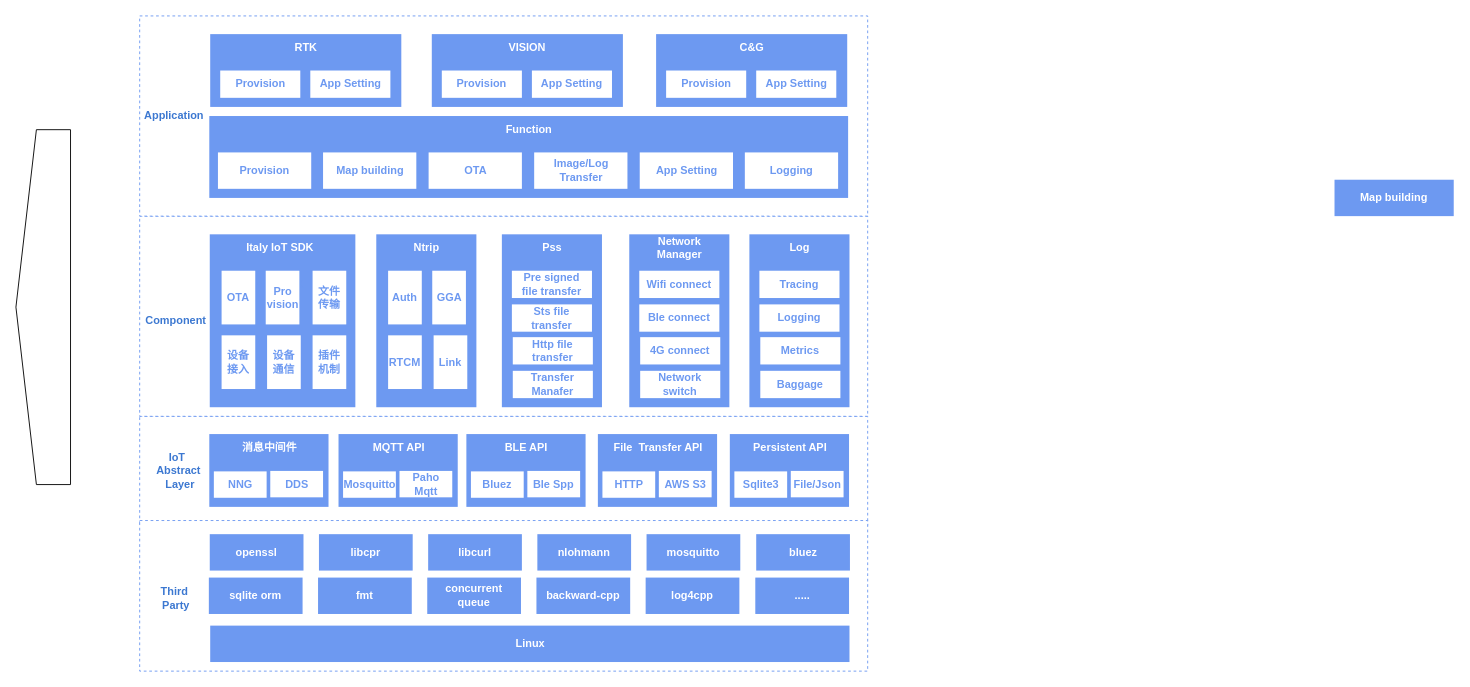
xunzhaoxusanduo/1-drawio keeps this draw.io diagram as IoT架构-系统架构图.drawio. Above is the earlier version. Source tidied: cells renumbered, new cells numbered last; positions are measured from the earlier drawing's top-left corner, leaving out a move shared by most shapes. Both pictures are drawn from the tidied source at 91%, with x=0, y=0 at pixel (-135, 15).
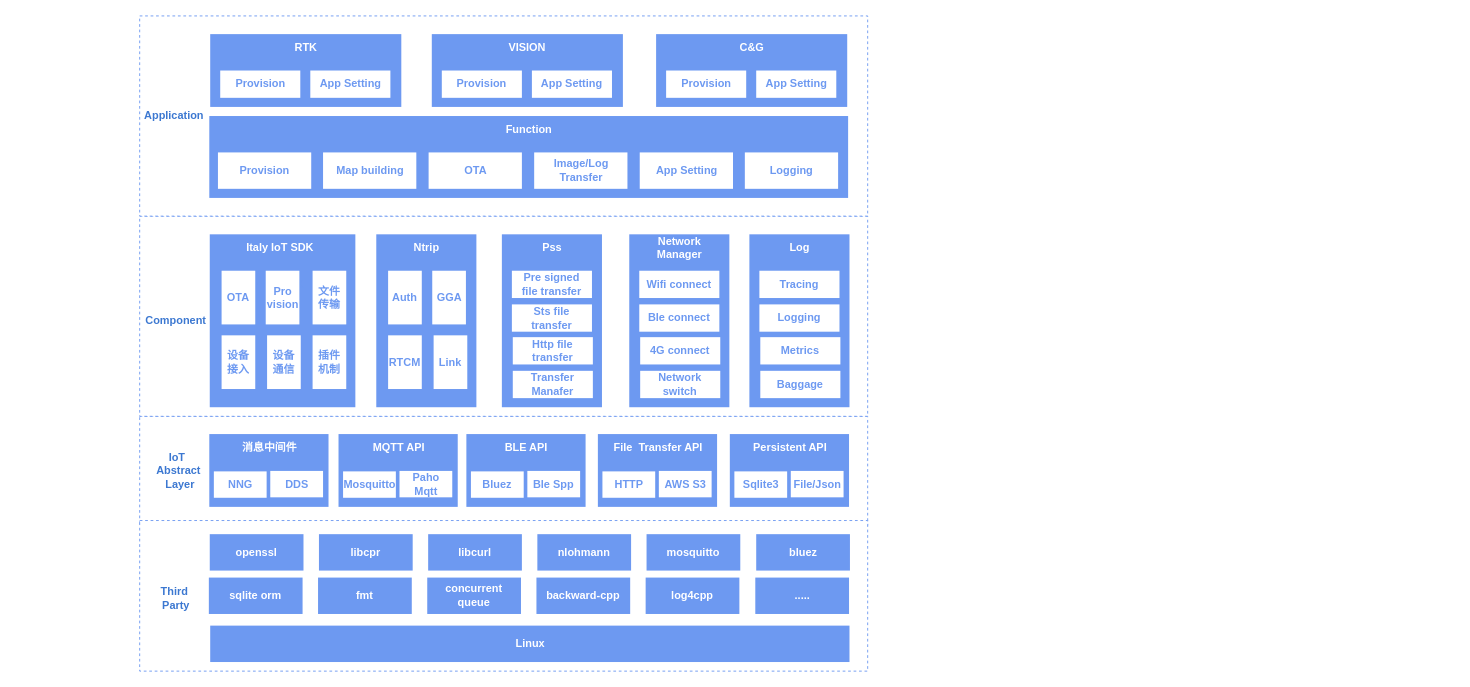
The same page after the edit.

Commit message:
更新IoT架构-系统架构图.drawio

What changed in the source:
```diff
@@
-    <mxCell id="6" style="shape=offPageConnector;whiteSpace=wrap;html=1;rotation=90;" parent="1" vertex="1">
-      <mxGeometry y="290" width="390" height="60" as="geometry" />
-    </mxCell>
@@
-    <mxCell id="69" value="&lt;font color=&quot;#ffffff&quot;&gt;&lt;b&gt;Map building&lt;/b&gt;&lt;/font&gt;" style="rounded=0;whiteSpace=wrap;html=1;fillColor=#6D99F1;strokeColor=none;" parent="1" vertex="1">
-      <mxGeometry x="1614" y="180" width="131" height="40" as="geometry" />
-    </mxCell>
```
